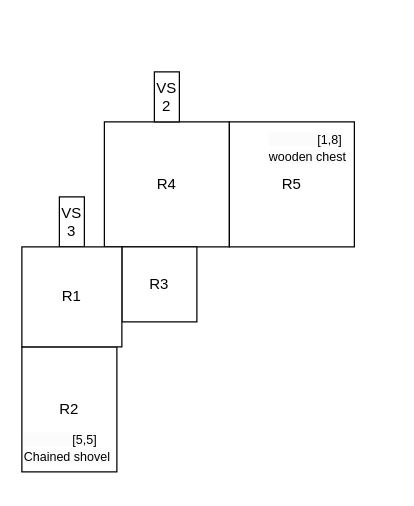
Before: Survive/Documentation/Floor1.drawio in Otasmacour/Survive, a draw.io diagram. Source tidied: cells renumbered, new cells numbered last; positions are measured from the earlier drawing's top-left corner, leaving out a move shared by most shapes. Both pictures are drawn from the tidied source at 125%, with x=0, y=0 at pixel (21, 71).
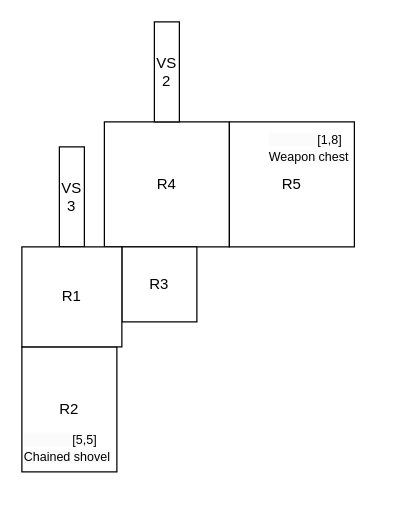
Above is the later version.

Diff of the diagram source:
```diff
@@
 <mxGraphModel>
   <root>
     <mxCell id="0" />
     <mxCell id="1" parent="0" />
     <mxCell id="2" value="R2" style="rounded=0;whiteSpace=wrap;html=1;" parent="1" vertex="1">
       <mxGeometry y="220" width="76" height="100" as="geometry" />
     </mxCell>
     <mxCell id="3" value="R4" style="whiteSpace=wrap;html=1;" parent="1" vertex="1">
       <mxGeometry x="66" y="40" width="100" height="100" as="geometry" />
     </mxCell>
     <mxCell id="4" value="R5" style="whiteSpace=wrap;html=1;" parent="1" vertex="1">
       <mxGeometry x="166" y="40" width="100" height="100" as="geometry" />
     </mxCell>
-    <mxCell id="5" value="&lt;span style=&quot;color: rgb(0, 0, 0); font-family: Helvetica; font-size: 10px; font-style: normal; font-variant-ligatures: normal; font-variant-caps: normal; font-weight: 400; letter-spacing: normal; orphans: 2; text-align: center; text-indent: 0px; text-transform: none; widows: 2; word-spacing: 0px; -webkit-text-stroke-width: 0px; background-color: rgb(251, 251, 251); text-decoration-thickness: initial; text-decoration-style: initial; text-decoration-color: initial; float: none; display: inline !important;&quot;&gt;&amp;nbsp; &amp;nbsp; &amp;nbsp; &amp;nbsp; &amp;nbsp; &amp;nbsp; &amp;nbsp; [1,8]&lt;/span&gt;&lt;br style=&quot;border-color: var(--border-color); color: rgb(0, 0, 0); font-family: Helvetica; font-size: 10px; font-style: normal; font-variant-ligatures: normal; font-variant-caps: normal; font-weight: 400; letter-spacing: normal; orphans: 2; text-align: center; text-indent: 0px; text-transform: none; widows: 2; word-spacing: 0px; -webkit-text-stroke-width: 0px; background-color: rgb(251, 251, 251); text-decoration-thickness: initial; text-decoration-style: initial; text-decoration-color: initial;&quot;&gt;&lt;span style=&quot;color: rgb(0, 0, 0); font-family: Helvetica; font-size: 10px; font-style: normal; font-variant-ligatures: normal; font-variant-caps: normal; font-weight: 400; letter-spacing: normal; orphans: 2; text-align: center; text-indent: 0px; text-transform: none; widows: 2; word-spacing: 0px; -webkit-text-stroke-width: 0px; background-color: rgb(251, 251, 251); text-decoration-thickness: initial; text-decoration-style: initial; text-decoration-color: initial; float: none; display: inline !important;&quot;&gt;wooden chest&lt;/span&gt;" style="text;whiteSpace=wrap;html=1;" parent="1" vertex="1">
+    <mxCell id="5" value="&lt;span style=&quot;color: rgb(0, 0, 0); font-family: Helvetica; font-size: 10px; font-style: normal; font-variant-ligatures: normal; font-variant-caps: normal; font-weight: 400; letter-spacing: normal; orphans: 2; text-align: center; text-indent: 0px; text-transform: none; widows: 2; word-spacing: 0px; -webkit-text-stroke-width: 0px; background-color: rgb(251, 251, 251); text-decoration-thickness: initial; text-decoration-style: initial; text-decoration-color: initial; float: none; display: inline !important;&quot;&gt;&amp;nbsp; &amp;nbsp; &amp;nbsp; &amp;nbsp; &amp;nbsp; &amp;nbsp; &amp;nbsp; [1,8]&lt;/span&gt;&lt;br style=&quot;border-color: var(--border-color); color: rgb(0, 0, 0); font-family: Helvetica; font-size: 10px; font-style: normal; font-variant-ligatures: normal; font-variant-caps: normal; font-weight: 400; letter-spacing: normal; orphans: 2; text-align: center; text-indent: 0px; text-transform: none; widows: 2; word-spacing: 0px; -webkit-text-stroke-width: 0px; background-color: rgb(251, 251, 251); text-decoration-thickness: initial; text-decoration-style: initial; text-decoration-color: initial;&quot;&gt;&lt;span style=&quot;color: rgb(0, 0, 0); font-family: Helvetica; font-size: 10px; font-style: normal; font-variant-ligatures: normal; font-variant-caps: normal; font-weight: 400; letter-spacing: normal; orphans: 2; text-align: center; text-indent: 0px; text-transform: none; widows: 2; word-spacing: 0px; -webkit-text-stroke-width: 0px; background-color: rgb(251, 251, 251); text-decoration-thickness: initial; text-decoration-style: initial; text-decoration-color: initial; float: none; display: inline !important;&quot;&gt;Weapon chest&lt;/span&gt;" style="text;whiteSpace=wrap;html=1;" parent="1" vertex="1">
       <mxGeometry x="196" y="40" width="100" height="50" as="geometry" />
     </mxCell>
     <mxCell id="6" value="VS&lt;br&gt;2" style="rounded=0;whiteSpace=wrap;html=1;" parent="1" vertex="1">
-      <mxGeometry x="106" width="20" height="40" as="geometry" />
+      <mxGeometry x="106" y="-40" width="20" height="80" as="geometry" />
     </mxCell>
     <mxCell id="7" value="R3" style="whiteSpace=wrap;html=1;" parent="1" vertex="1">
       <mxGeometry x="80" y="140" width="60" height="60" as="geometry" />
     </mxCell>
     <mxCell id="8" value="VS&lt;br&gt;3" style="rounded=0;whiteSpace=wrap;html=1;" parent="1" vertex="1">
-      <mxGeometry x="30" y="100" width="20" height="40" as="geometry" />
+      <mxGeometry x="30" y="60" width="20" height="80" as="geometry" />
     </mxCell>
     <mxCell id="9" value="&lt;span style=&quot;color: rgb(0, 0, 0); font-family: Helvetica; font-size: 10px; font-style: normal; font-variant-ligatures: normal; font-variant-caps: normal; font-weight: 400; letter-spacing: normal; orphans: 2; text-align: center; text-indent: 0px; text-transform: none; widows: 2; word-spacing: 0px; -webkit-text-stroke-width: 0px; background-color: rgb(251, 251, 251); text-decoration-thickness: initial; text-decoration-style: initial; text-decoration-color: initial; float: none; display: inline !important;&quot;&gt;&amp;nbsp; &amp;nbsp; &amp;nbsp; &amp;nbsp; &amp;nbsp; &amp;nbsp; &amp;nbsp; [5,5]&lt;/span&gt;&lt;br style=&quot;border-color: var(--border-color); color: rgb(0, 0, 0); font-family: Helvetica; font-size: 10px; font-style: normal; font-variant-ligatures: normal; font-variant-caps: normal; font-weight: 400; letter-spacing: normal; orphans: 2; text-align: center; text-indent: 0px; text-transform: none; widows: 2; word-spacing: 0px; -webkit-text-stroke-width: 0px; background-color: rgb(251, 251, 251); text-decoration-thickness: initial; text-decoration-style: initial; text-decoration-color: initial;&quot;&gt;&lt;span style=&quot;color: rgb(0, 0, 0); font-family: Helvetica; font-size: 10px; font-style: normal; font-variant-ligatures: normal; font-variant-caps: normal; font-weight: 400; letter-spacing: normal; orphans: 2; text-align: center; text-indent: 0px; text-transform: none; widows: 2; word-spacing: 0px; -webkit-text-stroke-width: 0px; background-color: rgb(251, 251, 251); text-decoration-thickness: initial; text-decoration-style: initial; text-decoration-color: initial; float: none; display: inline !important;&quot;&gt;Chained shovel&lt;/span&gt;" style="text;whiteSpace=wrap;html=1;" parent="1" vertex="1">
       <mxGeometry y="280" width="100" height="50" as="geometry" />
     </mxCell>
     <mxCell id="10" value="R1" style="whiteSpace=wrap;html=1;" parent="1" vertex="1">
       <mxGeometry y="140" width="80" height="80" as="geometry" />
     </mxCell>
   </root>
 </mxGraphModel>
```
